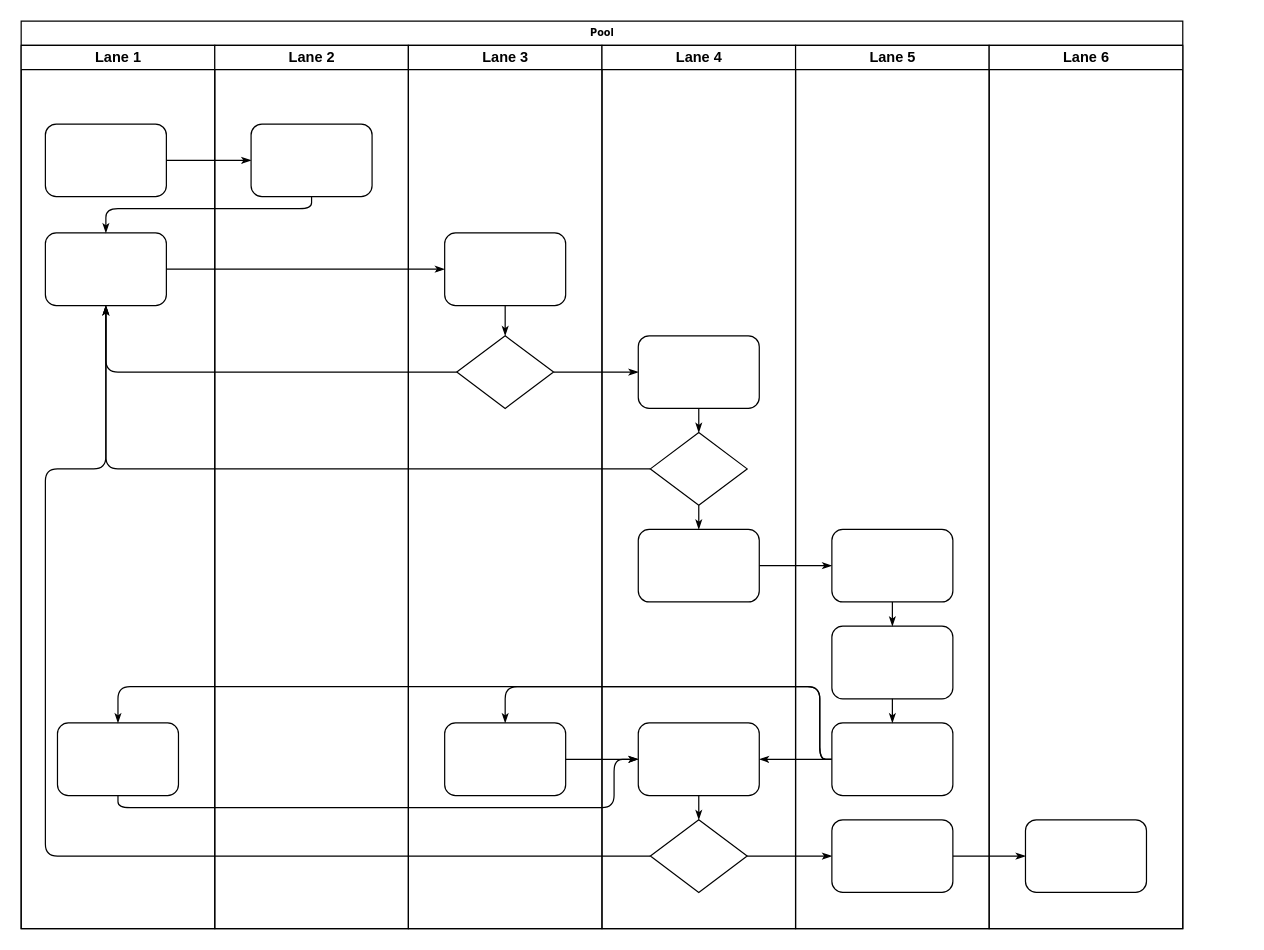
Above: oauth.drawio in airdb/drawio (draw.io), before the change. Source tidied: cells renumbered, new cells numbered last; positions are measured from the earlier drawing's top-left corner, leaving out a move shared by most shapes. Both pictures are drawn from the tidied source at 121%, with x=0, y=0 at pixel (21, 21).
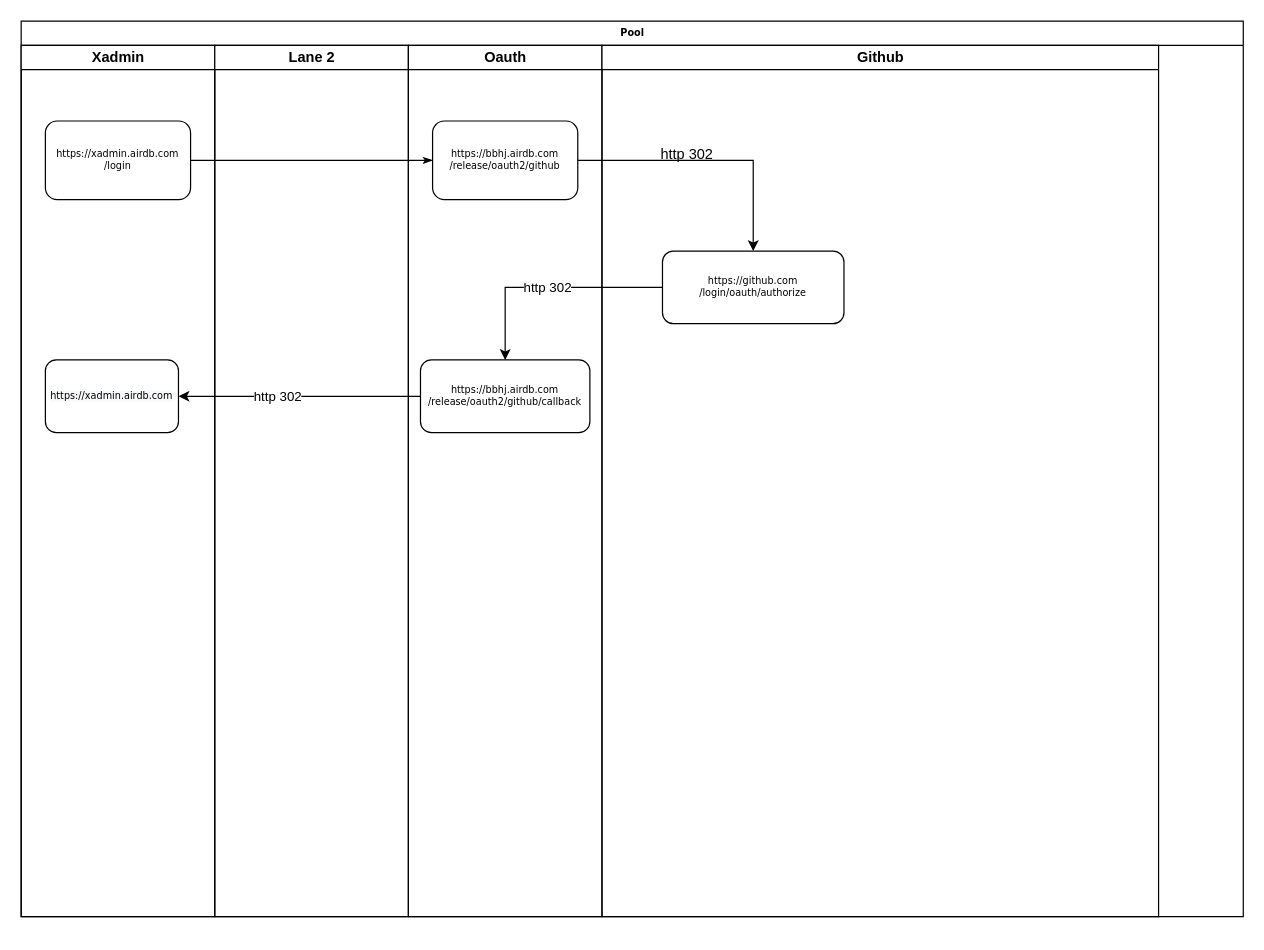
After the change.

Diff of the diagram source:
```diff
@@
+    <mxCell id="47" value="http 302" style="text;html=1;align=center;verticalAlign=middle;" parent="1" vertex="1">
+      <mxGeometry x="520" y="100" width="60" height="20" as="geometry" />
+    </mxCell>
     <mxCell id="2" value="Pool" style="swimlane;html=1;startSize=20;rounded=0;shadow=0;labelBackgroundColor=none;strokeWidth=1;fontFamily=Verdana;fontSize=8;align=center;" parent="1" vertex="1">
-      <mxGeometry width="960" height="750" as="geometry" />
+      <mxGeometry width="1010" height="740" as="geometry" />
     </mxCell>
+    <mxCell id="7" style="edgeStyle=orthogonalEdgeStyle;rounded=1;html=1;labelBackgroundColor=none;startArrow=none;startFill=0;startSize=5;endArrow=classicThin;endFill=1;endSize=5;jettySize=auto;strokeWidth=1;fontFamily=Verdana;fontSize=8;" parent="2" edge="1" source="4" target="23">
+      <mxGeometry relative="1" as="geometry" />
+    </mxCell>
-    <mxCell id="3" value="Lane 1" style="swimlane;html=1;startSize=20;" parent="2" vertex="1">
-      <mxGeometry y="20" width="160" height="730" as="geometry" />
+    <mxCell id="3" value="Xadmin" style="swimlane;html=1;startSize=20;" parent="2" vertex="1">
+      <mxGeometry y="20" width="160" height="720" as="geometry" />
     </mxCell>
+    <mxCell id="5" value="&lt;span style=&quot;color: rgb(0, 0, 0); font-family: verdana; font-size: 8px; font-style: normal; font-weight: 400; letter-spacing: normal; text-align: center; text-indent: 0px; text-transform: none; word-spacing: 0px; background-color: rgb(248, 249, 250); display: inline; float: none;&quot;&gt;https://xadmin.airdb.com&lt;/span&gt;&lt;br style=&quot;color: rgb(0, 0, 0); font-family: verdana; font-size: 8px; font-style: normal; font-weight: 400; letter-spacing: normal; text-align: center; text-indent: 0px; text-transform: none; word-spacing: 0px; background-color: rgb(248, 249, 250);&quot;&gt;" style="rounded=1;whiteSpace=wrap;html=1;shadow=0;labelBackgroundColor=none;strokeWidth=1;fontFamily=Verdana;fontSize=8;align=center;" parent="3" vertex="1">
+      <mxGeometry x="20" y="260" width="110" height="60" as="geometry" />
+    </mxCell>
-    <mxCell id="4" style="rounded=1;whiteSpace=wrap;html=1;shadow=0;labelBackgroundColor=none;strokeWidth=1;fontFamily=Verdana;fontSize=8;align=center;" parent="3" vertex="1">
-      <mxGeometry x="20" y="65" width="100" height="60" as="geometry" />
+    <mxCell id="4" value="https://xadmin.airdb.com&lt;br&gt;/login" style="rounded=1;whiteSpace=wrap;html=1;shadow=0;labelBackgroundColor=none;strokeWidth=1;fontFamily=Verdana;fontSize=8;align=center;" parent="3" vertex="1">
+      <mxGeometry x="20" y="62.5" width="120" height="65" as="geometry" />
     </mxCell>
-    <mxCell id="5" style="rounded=1;whiteSpace=wrap;html=1;shadow=0;labelBackgroundColor=none;strokeWidth=1;fontFamily=Verdana;fontSize=8;align=center;" parent="3" vertex="1">
-      <mxGeometry x="20" y="155" width="100" height="60" as="geometry" />
-    </mxCell>
-    <mxCell id="6" style="rounded=1;whiteSpace=wrap;html=1;shadow=0;labelBackgroundColor=none;strokeWidth=1;fontFamily=Verdana;fontSize=8;align=center;" parent="3" vertex="1">
-      <mxGeometry x="30" y="560" width="100" height="60" as="geometry" />
-    </mxCell>
-    <mxCell id="7" style="edgeStyle=orthogonalEdgeStyle;rounded=1;html=1;labelBackgroundColor=none;startArrow=none;startFill=0;startSize=5;endArrow=classicThin;endFill=1;endSize=5;jettySize=auto;strokeWidth=1;fontFamily=Verdana;fontSize=8;" parent="2" edge="1" source="4" target="23">
-      <mxGeometry relative="1" as="geometry" />
-    </mxCell>
-    <mxCell id="8" style="edgeStyle=orthogonalEdgeStyle;rounded=1;html=1;labelBackgroundColor=none;startArrow=none;startFill=0;startSize=5;endArrow=classicThin;endFill=1;endSize=5;jettySize=auto;strokeWidth=1;fontFamily=Verdana;fontSize=8;" parent="2" edge="1" source="23" target="5">
-      <mxGeometry relative="1" as="geometry">
-        <Array as="points">
-          <mxPoint x="240" y="155" />
-          <mxPoint x="70" y="155" />
-        </Array>
-      </mxGeometry>
-    </mxCell>
-    <mxCell id="9" style="edgeStyle=orthogonalEdgeStyle;rounded=1;html=1;labelBackgroundColor=none;startArrow=none;startFill=0;startSize=5;endArrow=classicThin;endFill=1;endSize=5;jettySize=auto;strokeWidth=1;fontFamily=Verdana;fontSize=8;" parent="2" edge="1" source="5" target="25">
-      <mxGeometry relative="1" as="geometry" />
-    </mxCell>
-    <mxCell id="10" style="edgeStyle=orthogonalEdgeStyle;rounded=1;html=1;labelBackgroundColor=none;startArrow=none;startFill=0;startSize=5;endArrow=classicThin;endFill=1;endSize=5;jettySize=auto;strokeWidth=1;fontFamily=Verdana;fontSize=8;" parent="2" edge="1" source="26" target="5">
-      <mxGeometry relative="1" as="geometry" />
-    </mxCell>
-    <mxCell id="11" style="edgeStyle=orthogonalEdgeStyle;rounded=1;html=1;labelBackgroundColor=none;startArrow=none;startFill=0;startSize=5;endArrow=classicThin;endFill=1;endSize=5;jettySize=auto;strokeWidth=1;fontFamily=Verdana;fontSize=8;" parent="2" edge="1" source="31" target="5">
-      <mxGeometry relative="1" as="geometry" />
-    </mxCell>
-    <mxCell id="12" style="edgeStyle=orthogonalEdgeStyle;rounded=1;html=1;labelBackgroundColor=none;startArrow=none;startFill=0;startSize=5;endArrow=classicThin;endFill=1;endSize=5;jettySize=auto;strokeWidth=1;fontFamily=Verdana;fontSize=8;" parent="2" edge="1" source="34" target="5">
-      <mxGeometry relative="1" as="geometry">
-        <Array as="points">
-          <mxPoint x="20" y="690" />
-          <mxPoint x="20" y="370" />
-          <mxPoint x="70" y="370" />
-        </Array>
-      </mxGeometry>
-    </mxCell>
-    <mxCell id="13" style="edgeStyle=orthogonalEdgeStyle;rounded=1;html=1;labelBackgroundColor=none;startArrow=none;startFill=0;startSize=5;endArrow=classicThin;endFill=1;endSize=5;jettySize=auto;strokeWidth=1;fontFamily=Verdana;fontSize=8;" parent="2" edge="1" source="26" target="30">
-      <mxGeometry relative="1" as="geometry" />
-    </mxCell>
-    <mxCell id="14" style="edgeStyle=orthogonalEdgeStyle;rounded=1;html=1;labelBackgroundColor=none;startArrow=none;startFill=0;startSize=5;endArrow=classicThin;endFill=1;endSize=5;jettySize=auto;strokeWidth=1;fontFamily=Verdana;fontSize=8;" parent="2" edge="1" source="34" target="42">
-      <mxGeometry relative="1" as="geometry" />
-    </mxCell>
-    <mxCell id="15" style="edgeStyle=orthogonalEdgeStyle;rounded=1;html=1;labelBackgroundColor=none;startArrow=none;startFill=0;startSize=5;endArrow=classicThin;endFill=1;endSize=5;jettySize=auto;strokeWidth=1;fontFamily=Verdana;fontSize=8;" parent="2" edge="1" source="42" target="46">
-      <mxGeometry relative="1" as="geometry" />
-    </mxCell>
-    <mxCell id="16" style="edgeStyle=orthogonalEdgeStyle;rounded=1;html=1;labelBackgroundColor=none;startArrow=none;startFill=0;startSize=5;endArrow=classicThin;endFill=1;endSize=5;jettySize=auto;strokeWidth=1;fontFamily=Verdana;fontSize=8;" parent="2" edge="1" source="32" target="39">
-      <mxGeometry relative="1" as="geometry" />
-    </mxCell>
-    <mxCell id="17" style="edgeStyle=orthogonalEdgeStyle;rounded=1;html=1;labelBackgroundColor=none;startArrow=none;startFill=0;startSize=5;endArrow=classicThin;endFill=1;endSize=5;jettySize=auto;strokeWidth=1;fontFamily=Verdana;fontSize=8;" parent="2" edge="1" source="41" target="27">
-      <mxGeometry relative="1" as="geometry">
-        <Array as="points">
-          <mxPoint x="660" y="610" />
-          <mxPoint x="660" y="550" />
-          <mxPoint x="400" y="550" />
-        </Array>
-      </mxGeometry>
-    </mxCell>
-    <mxCell id="18" style="edgeStyle=orthogonalEdgeStyle;rounded=1;html=1;labelBackgroundColor=none;startArrow=none;startFill=0;startSize=5;endArrow=classicThin;endFill=1;endSize=5;jettySize=auto;strokeColor=#000000;strokeWidth=1;fontFamily=Verdana;fontSize=8;fontColor=#000000;" parent="2" edge="1" source="41" target="33">
-      <mxGeometry relative="1" as="geometry" />
-    </mxCell>
-    <mxCell id="19" style="edgeStyle=orthogonalEdgeStyle;rounded=1;html=1;labelBackgroundColor=none;startArrow=none;startFill=0;startSize=5;endArrow=classicThin;endFill=1;endSize=5;jettySize=auto;strokeWidth=1;fontFamily=Verdana;fontSize=8;" parent="2" edge="1" source="41" target="6">
-      <mxGeometry relative="1" as="geometry">
-        <Array as="points">
-          <mxPoint x="660" y="610" />
-          <mxPoint x="660" y="550" />
-          <mxPoint x="80" y="550" />
-        </Array>
-      </mxGeometry>
-    </mxCell>
-    <mxCell id="20" style="edgeStyle=orthogonalEdgeStyle;rounded=1;html=1;labelBackgroundColor=none;startArrow=none;startFill=0;startSize=5;endArrow=classicThin;endFill=1;endSize=5;jettySize=auto;strokeWidth=1;fontFamily=Verdana;fontSize=8;" parent="2" edge="1" source="6" target="33">
-      <mxGeometry relative="1" as="geometry">
-        <Array as="points">
-          <mxPoint x="80" y="650" />
-          <mxPoint x="490" y="650" />
-          <mxPoint x="490" y="610" />
-        </Array>
-      </mxGeometry>
-    </mxCell>
-    <mxCell id="21" style="edgeStyle=orthogonalEdgeStyle;rounded=1;html=1;labelBackgroundColor=none;startArrow=none;startFill=0;startSize=5;endArrow=classicThin;endFill=1;endSize=5;jettySize=auto;strokeWidth=1;fontFamily=Verdana;fontSize=8;" parent="2" edge="1" source="27" target="33">
-      <mxGeometry relative="1" as="geometry" />
-    </mxCell>
     <mxCell id="22" value="Lane 2" style="swimlane;html=1;startSize=20;" parent="2" vertex="1">
-      <mxGeometry x="160" y="20" width="160" height="730" as="geometry" />
+      <mxGeometry x="160" y="20" width="160" height="720" as="geometry" />
     </mxCell>
+    <mxCell id="24" value="Oauth" style="swimlane;html=1;startSize=20;" parent="2" vertex="1">
+      <mxGeometry x="320" y="20" width="160" height="720" as="geometry" />
+    </mxCell>
+    <mxCell id="30" value="https://bbhj.airdb.com&lt;br&gt;/release/oauth2/github/callback" style="rounded=1;whiteSpace=wrap;html=1;shadow=0;labelBackgroundColor=none;strokeWidth=1;fontFamily=Verdana;fontSize=8;align=center;" parent="24" vertex="1">
+      <mxGeometry x="10" y="260" width="140" height="60" as="geometry" />
+    </mxCell>
-    <mxCell id="23" style="rounded=1;whiteSpace=wrap;html=1;shadow=0;labelBackgroundColor=none;strokeWidth=1;fontFamily=Verdana;fontSize=8;align=center;" parent="22" vertex="1">
-      <mxGeometry x="30" y="65" width="100" height="60" as="geometry" />
+    <mxCell id="23" value="https://bbhj.airdb.com&lt;br&gt;/release/oauth2/github" style="rounded=1;whiteSpace=wrap;html=1;shadow=0;labelBackgroundColor=none;strokeWidth=1;fontFamily=Verdana;fontSize=8;align=center;" parent="24" vertex="1">
+      <mxGeometry x="20" y="62.5" width="120" height="65" as="geometry" />
     </mxCell>
-    <mxCell id="24" value="Lane 3" style="swimlane;html=1;startSize=20;" parent="2" vertex="1">
-      <mxGeometry x="320" y="20" width="160" height="730" as="geometry" />
-    </mxCell>
+    <mxCell id="29" value="Github" style="swimlane;html=1;startSize=20;" parent="2" vertex="1">
+      <mxGeometry x="480" y="20" width="460" height="720" as="geometry" />
+    </mxCell>
-    <mxCell id="25" style="rounded=1;whiteSpace=wrap;html=1;shadow=0;labelBackgroundColor=none;strokeWidth=1;fontFamily=Verdana;fontSize=8;align=center;" parent="24" vertex="1">
-      <mxGeometry x="30" y="155" width="100" height="60" as="geometry" />
+    <mxCell id="25" value="https://github.com&lt;br&gt;/login/oauth/authorize" style="rounded=1;whiteSpace=wrap;html=1;shadow=0;labelBackgroundColor=none;strokeWidth=1;fontFamily=Verdana;fontSize=8;align=center;" parent="29" vertex="1">
+      <mxGeometry x="50" y="170" width="150" height="60" as="geometry" />
     </mxCell>
-    <mxCell id="26" style="rhombus;whiteSpace=wrap;html=1;rounded=0;shadow=0;labelBackgroundColor=none;strokeWidth=1;fontFamily=Verdana;fontSize=8;align=center;" parent="24" vertex="1">
-      <mxGeometry x="40" y="240" width="80" height="60" as="geometry" />
-    </mxCell>
-    <mxCell id="27" style="rounded=1;whiteSpace=wrap;html=1;shadow=0;labelBackgroundColor=none;strokeWidth=1;fontFamily=Verdana;fontSize=8;align=center;" parent="24" vertex="1">
-      <mxGeometry x="30" y="560" width="100" height="60" as="geometry" />
-    </mxCell>
-    <mxCell id="28" style="edgeStyle=orthogonalEdgeStyle;rounded=1;html=1;labelBackgroundColor=none;startArrow=none;startFill=0;startSize=5;endArrow=classicThin;endFill=1;endSize=5;jettySize=auto;strokeWidth=1;fontFamily=Verdana;fontSize=8;" parent="24" edge="1" source="25" target="26">
-      <mxGeometry relative="1" as="geometry" />
-    </mxCell>
-    <mxCell id="29" value="Lane 4" style="swimlane;html=1;startSize=20;" parent="2" vertex="1">
-      <mxGeometry x="480" y="20" width="160" height="730" as="geometry" />
-    </mxCell>
-    <mxCell id="30" style="rounded=1;whiteSpace=wrap;html=1;shadow=0;labelBackgroundColor=none;strokeWidth=1;fontFamily=Verdana;fontSize=8;align=center;" parent="29" vertex="1">
-      <mxGeometry x="30" y="240" width="100" height="60" as="geometry" />
-    </mxCell>
-    <mxCell id="31" style="rhombus;whiteSpace=wrap;html=1;rounded=0;shadow=0;labelBackgroundColor=none;strokeWidth=1;fontFamily=Verdana;fontSize=8;align=center;" parent="29" vertex="1">
-      <mxGeometry x="40" y="320" width="80" height="60" as="geometry" />
-    </mxCell>
-    <mxCell id="32" style="rounded=1;whiteSpace=wrap;html=1;shadow=0;labelBackgroundColor=none;strokeWidth=1;fontFamily=Verdana;fontSize=8;align=center;" parent="29" vertex="1">
-      <mxGeometry x="30" y="400" width="100" height="60" as="geometry" />
-    </mxCell>
-    <mxCell id="33" style="rounded=1;whiteSpace=wrap;html=1;shadow=0;labelBackgroundColor=none;strokeWidth=1;fontFamily=Verdana;fontSize=8;align=center;" parent="29" vertex="1">
-      <mxGeometry x="30" y="560" width="100" height="60" as="geometry" />
-    </mxCell>
-    <mxCell id="34" style="rhombus;whiteSpace=wrap;html=1;rounded=0;shadow=0;labelBackgroundColor=none;strokeWidth=1;fontFamily=Verdana;fontSize=8;align=center;" parent="29" vertex="1">
-      <mxGeometry x="40" y="640" width="80" height="60" as="geometry" />
-    </mxCell>
-    <mxCell id="35" style="edgeStyle=orthogonalEdgeStyle;rounded=1;html=1;labelBackgroundColor=none;startArrow=none;startFill=0;startSize=5;endArrow=classicThin;endFill=1;endSize=5;jettySize=auto;strokeColor=#000000;strokeWidth=1;fontFamily=Verdana;fontSize=8;fontColor=#000000;" parent="29" edge="1" source="30" target="31">
-      <mxGeometry relative="1" as="geometry" />
-    </mxCell>
-    <mxCell id="36" style="edgeStyle=orthogonalEdgeStyle;rounded=1;html=1;labelBackgroundColor=none;startArrow=none;startFill=0;startSize=5;endArrow=classicThin;endFill=1;endSize=5;jettySize=auto;strokeWidth=1;fontFamily=Verdana;fontSize=8;" parent="29" edge="1" source="31" target="32">
-      <mxGeometry relative="1" as="geometry" />
-    </mxCell>
-    <mxCell id="37" style="edgeStyle=orthogonalEdgeStyle;rounded=1;html=1;labelBackgroundColor=none;startArrow=none;startFill=0;startSize=5;endArrow=classicThin;endFill=1;endSize=5;jettySize=auto;strokeWidth=1;fontFamily=Verdana;fontSize=8;" parent="29" edge="1" source="33" target="34">
-      <mxGeometry relative="1" as="geometry" />
-    </mxCell>
-    <mxCell id="38" value="Lane 5" style="swimlane;html=1;startSize=20;" parent="2" vertex="1">
-      <mxGeometry x="640" y="20" width="160" height="730" as="geometry" />
-    </mxCell>
-    <mxCell id="39" style="rounded=1;whiteSpace=wrap;html=1;shadow=0;labelBackgroundColor=none;strokeWidth=1;fontFamily=Verdana;fontSize=8;align=center;" parent="38" vertex="1">
-      <mxGeometry x="30" y="400" width="100" height="60" as="geometry" />
-    </mxCell>
-    <mxCell id="40" style="rounded=1;whiteSpace=wrap;html=1;shadow=0;labelBackgroundColor=none;strokeWidth=1;fontFamily=Verdana;fontSize=8;align=center;" parent="38" vertex="1">
-      <mxGeometry x="30" y="480" width="100" height="60" as="geometry" />
-    </mxCell>
-    <mxCell id="41" style="rounded=1;whiteSpace=wrap;html=1;shadow=0;labelBackgroundColor=none;strokeWidth=1;fontFamily=Verdana;fontSize=8;align=center;" parent="38" vertex="1">
-      <mxGeometry x="30" y="560" width="100" height="60" as="geometry" />
-    </mxCell>
-    <mxCell id="42" style="rounded=1;whiteSpace=wrap;html=1;shadow=0;labelBackgroundColor=none;strokeWidth=1;fontFamily=Verdana;fontSize=8;align=center;" parent="38" vertex="1">
-      <mxGeometry x="30" y="640" width="100" height="60" as="geometry" />
-    </mxCell>
-    <mxCell id="43" style="edgeStyle=orthogonalEdgeStyle;rounded=1;html=1;labelBackgroundColor=none;startArrow=none;startFill=0;startSize=5;endArrow=classicThin;endFill=1;endSize=5;jettySize=auto;strokeWidth=1;fontFamily=Verdana;fontSize=8;" parent="38" edge="1" source="39" target="40">
-      <mxGeometry relative="1" as="geometry" />
-    </mxCell>
-    <mxCell id="44" style="edgeStyle=orthogonalEdgeStyle;rounded=1;html=1;labelBackgroundColor=none;startArrow=none;startFill=0;startSize=5;endArrow=classicThin;endFill=1;endSize=5;jettySize=auto;strokeWidth=1;fontFamily=Verdana;fontSize=8;" parent="38" edge="1" source="40" target="41">
-      <mxGeometry relative="1" as="geometry" />
-    </mxCell>
-    <mxCell id="45" value="Lane 6" style="swimlane;html=1;startSize=20;" parent="2" vertex="1">
-      <mxGeometry x="800" y="20" width="160" height="730" as="geometry" />
-    </mxCell>
-    <mxCell id="46" style="rounded=1;whiteSpace=wrap;html=1;shadow=0;labelBackgroundColor=none;strokeWidth=1;fontFamily=Verdana;fontSize=8;align=center;" parent="45" vertex="1">
-      <mxGeometry x="30" y="640" width="100" height="60" as="geometry" />
-    </mxCell>
+    <mxCell id="48" style="edgeStyle=orthogonalEdgeStyle;rounded=0;jettySize=auto;html=1;entryX=1;entryY=0.5;entryDx=0;entryDy=0;" parent="2" edge="1" source="30" target="5">
+      <mxGeometry relative="1" as="geometry" />
+    </mxCell>
+    <mxCell id="49" value="http 302" style="edgeLabel;html=1;align=center;verticalAlign=middle;" parent="48" vertex="1">
+      <mxGeometry x="0.19" y="-1" relative="1" as="geometry" />
+    </mxCell>
+    <mxCell id="50" value="http 302" style="edgeStyle=orthogonalEdgeStyle;rounded=0;jettySize=auto;html=1;entryX=0.5;entryY=0;entryDx=0;entryDy=0;" parent="2" edge="1" source="25" target="30">
+      <mxGeometry relative="1" as="geometry" />
+    </mxCell>
+    <mxCell id="51" style="edgeStyle=orthogonalEdgeStyle;rounded=0;jettySize=auto;html=1;exitX=1;exitY=0.5;exitDx=0;exitDy=0;entryX=0.5;entryY=0;entryDx=0;entryDy=0;" parent="2" edge="1" source="23" target="25">
+      <mxGeometry relative="1" as="geometry" />
+    </mxCell>
```
